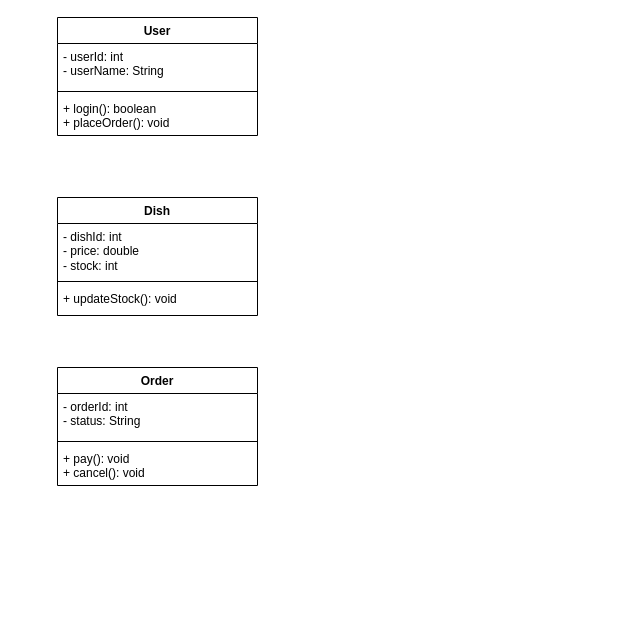
Above: 食堂系统详细设计.drawio in AkinaLumi/drawio-my-files (draw.io), before the change. Source tidied: cells renumbered, new cells numbered last; positions are measured from the earlier drawing's top-left corner, leaving out a move shared by most shapes. Both pictures are drawn from the tidied source at 100%, with x=0, y=0 at pixel (57, 17).
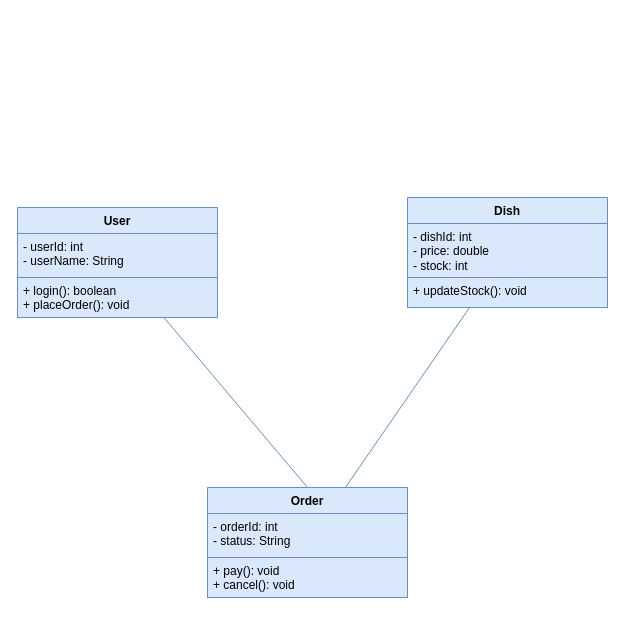
The same diagram, later.

Commit message (it also covers changes not shown here):
食堂系统详细设计.drawio

What changed in the source:
```diff
@@
 <mxGraphModel>
   <root>
     <mxCell id="0" />
     <mxCell id="1" parent="0" />
+    <mxCell id="14" style="rounded=0;jettySize=auto;html=1;entryX=0.5;entryY=0;entryDx=0;entryDy=0;startArrow=none;startFill=0;endArrow=none;endFill=0;fillColor=#dae8fc;strokeColor=#6c8ebf;" parent="1" edge="1" source="2" target="10">
+      <mxGeometry relative="1" as="geometry" />
+    </mxCell>
-    <mxCell id="2" value="User" style="swimlane;fontStyle=1;align=center;verticalAlign=top;horizontal=1;startSize=26;whiteSpace=wrap;html=1;" parent="1" vertex="1">
-      <mxGeometry width="200" height="118" as="geometry" />
+    <mxCell id="2" value="User" style="swimlane;fontStyle=1;align=center;verticalAlign=top;horizontal=1;startSize=26;whiteSpace=wrap;html=1;fillColor=#dae8fc;strokeColor=#6c8ebf;" parent="1" vertex="1">
+      <mxGeometry x="-40" y="190" width="200" height="110" as="geometry" />
     </mxCell>
-    <mxCell id="3" value="- userId: int&lt;div&gt;- userName: String&lt;/div&gt;" style="text;strokeColor=none;fillColor=none;align=left;verticalAlign=top;spacingLeft=4;spacingRight=4;overflow=hidden;whiteSpace=wrap;html=1;" parent="2" vertex="1">
+    <mxCell id="3" value="- userId: int&lt;div&gt;- userName: String&lt;/div&gt;" style="text;strokeColor=#6c8ebf;fillColor=#dae8fc;align=left;verticalAlign=top;spacingLeft=4;spacingRight=4;overflow=hidden;whiteSpace=wrap;html=1;" parent="2" vertex="1">
       <mxGeometry y="26" width="200" height="44" as="geometry" />
     </mxCell>
-    <mxCell id="4" style="line;strokeWidth=1;fillColor=none;align=left;verticalAlign=middle;spacingTop=-1;spacingLeft=3;spacingRight=3;labelPosition=right;strokeColor=inherit;" parent="2" vertex="1">
-      <mxGeometry y="70" width="200" height="8" as="geometry" />
-    </mxCell>
-    <mxCell id="5" value="+ login(): boolean&lt;div&gt;+ placeOrder(): void&lt;/div&gt;" style="text;strokeColor=none;fillColor=none;align=left;verticalAlign=top;spacingLeft=4;spacingRight=4;overflow=hidden;whiteSpace=wrap;html=1;" parent="2" vertex="1">
-      <mxGeometry y="78" width="200" height="40" as="geometry" />
+    <mxCell id="5" value="+ login(): boolean&lt;div&gt;+ placeOrder(): void&lt;/div&gt;" style="text;strokeColor=#6c8ebf;fillColor=#dae8fc;align=left;verticalAlign=top;spacingLeft=4;spacingRight=4;overflow=hidden;whiteSpace=wrap;html=1;" parent="2" vertex="1">
+      <mxGeometry y="70" width="200" height="40" as="geometry" />
     </mxCell>
+    <mxCell id="15" style="rounded=0;jettySize=auto;html=1;endArrow=none;endFill=0;fillColor=#dae8fc;strokeColor=#6c8ebf;" parent="1" edge="1" source="6" target="10">
+      <mxGeometry relative="1" as="geometry" />
+    </mxCell>
-    <mxCell id="6" value="Dish" style="swimlane;fontStyle=1;align=center;verticalAlign=top;horizontal=1;startSize=26;whiteSpace=wrap;html=1;" parent="1" vertex="1">
-      <mxGeometry y="180" width="200" height="118" as="geometry" />
+    <mxCell id="6" value="Dish" style="swimlane;fontStyle=1;align=center;verticalAlign=top;horizontal=1;startSize=26;whiteSpace=wrap;html=1;fillColor=#dae8fc;strokeColor=#6c8ebf;" parent="1" vertex="1">
+      <mxGeometry x="350" y="180" width="200" height="110" as="geometry" />
     </mxCell>
-    <mxCell id="7" value="- dishId: int&lt;div&gt;- price: double&lt;/div&gt;&lt;div&gt;- stock: int&lt;/div&gt;" style="text;strokeColor=none;fillColor=none;align=left;verticalAlign=top;spacingLeft=4;spacingRight=4;overflow=hidden;whiteSpace=wrap;html=1;" parent="6" vertex="1">
+    <mxCell id="7" value="- dishId: int&lt;div&gt;- price: double&lt;/div&gt;&lt;div&gt;- stock: int&lt;/div&gt;" style="text;strokeColor=#6c8ebf;fillColor=#dae8fc;align=left;verticalAlign=top;spacingLeft=4;spacingRight=4;overflow=hidden;whiteSpace=wrap;html=1;" parent="6" vertex="1">
       <mxGeometry y="26" width="200" height="54" as="geometry" />
     </mxCell>
-    <mxCell id="8" style="line;strokeWidth=1;fillColor=none;align=left;verticalAlign=middle;spacingTop=-1;spacingLeft=3;spacingRight=3;labelPosition=right;strokeColor=inherit;" parent="6" vertex="1">
-      <mxGeometry y="80" width="200" height="8" as="geometry" />
-    </mxCell>
-    <mxCell id="9" value="+ updateStock(): void" style="text;strokeColor=none;fillColor=none;align=left;verticalAlign=top;spacingLeft=4;spacingRight=4;overflow=hidden;whiteSpace=wrap;html=1;" parent="6" vertex="1">
-      <mxGeometry y="88" width="200" height="30" as="geometry" />
+    <mxCell id="9" value="+ updateStock(): void" style="text;strokeColor=#6c8ebf;fillColor=#dae8fc;align=left;verticalAlign=top;spacingLeft=4;spacingRight=4;overflow=hidden;whiteSpace=wrap;html=1;" parent="6" vertex="1">
+      <mxGeometry y="80" width="200" height="30" as="geometry" />
     </mxCell>
-    <mxCell id="10" value="Order" style="swimlane;fontStyle=1;align=center;verticalAlign=top;horizontal=1;startSize=26;whiteSpace=wrap;html=1;" parent="1" vertex="1">
-      <mxGeometry y="350" width="200" height="118" as="geometry" />
+    <mxCell id="10" value="Order" style="swimlane;fontStyle=1;align=center;verticalAlign=top;horizontal=1;startSize=26;whiteSpace=wrap;html=1;fillColor=#dae8fc;strokeColor=#6c8ebf;" parent="1" vertex="1">
+      <mxGeometry x="150" y="470" width="200" height="110" as="geometry" />
     </mxCell>
-    <mxCell id="11" value="- orderId: int&lt;div&gt;- status: String&lt;/div&gt;" style="text;strokeColor=none;fillColor=none;align=left;verticalAlign=top;spacingLeft=4;spacingRight=4;overflow=hidden;whiteSpace=wrap;html=1;" parent="10" vertex="1">
+    <mxCell id="11" value="- orderId: int&lt;div&gt;- status: String&lt;/div&gt;" style="text;strokeColor=#6c8ebf;fillColor=#dae8fc;align=left;verticalAlign=top;spacingLeft=4;spacingRight=4;overflow=hidden;whiteSpace=wrap;html=1;" parent="10" vertex="1">
       <mxGeometry y="26" width="200" height="44" as="geometry" />
     </mxCell>
-    <mxCell id="12" style="line;strokeWidth=1;fillColor=none;align=left;verticalAlign=middle;spacingTop=-1;spacingLeft=3;spacingRight=3;labelPosition=right;strokeColor=inherit;" parent="10" vertex="1">
-      <mxGeometry y="70" width="200" height="8" as="geometry" />
-    </mxCell>
-    <mxCell id="13" value="+ pay(): void&lt;div&gt;+ cancel(): void&lt;/div&gt;" style="text;strokeColor=none;fillColor=none;align=left;verticalAlign=top;spacingLeft=4;spacingRight=4;overflow=hidden;whiteSpace=wrap;html=1;" parent="10" vertex="1">
-      <mxGeometry y="78" width="200" height="40" as="geometry" />
+    <mxCell id="13" value="+ pay(): void&lt;div&gt;+ cancel(): void&lt;/div&gt;" style="text;strokeColor=#6c8ebf;fillColor=#dae8fc;align=left;verticalAlign=top;spacingLeft=4;spacingRight=4;overflow=hidden;whiteSpace=wrap;html=1;" parent="10" vertex="1">
+      <mxGeometry y="70" width="200" height="40" as="geometry" />
     </mxCell>
   </root>
 </mxGraphModel>
```
